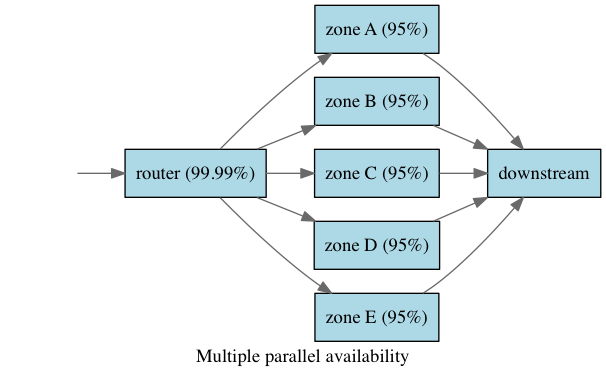
Before: images/dachs/multiple-zones.png, a diagram exported from Graphviz (jabley/jamesabley.com). Its source is kept beside it as doc/dachs/multiple-zones.dot.
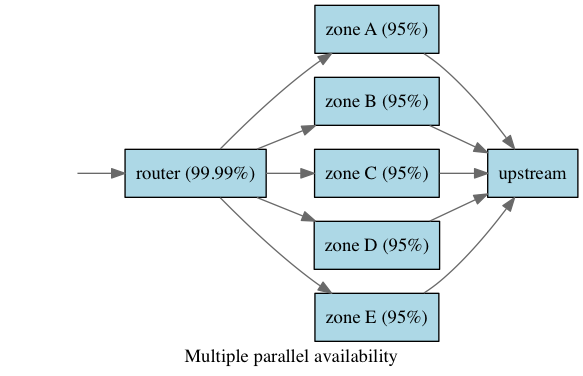
Above is the later version.

Commit message:
Rename downstream as upstream

The edit, as a diff of the source:
```diff
@@ -12,7 +12,7 @@
     zoneC [label="zone C (95%)"];
     zoneD [label="zone D (95%)"];
     zoneE [label="zone E (95%)"];
-    downstream [label="downstream"];
+    upstream [label="upstream"];
 
     client -> router;
     router -> zoneA;
@@ -20,9 +20,9 @@
     router -> zoneC;
     router -> zoneD;
     router -> zoneE;
-    zoneA -> downstream;
-    zoneB -> downstream;
-    zoneC -> downstream;
-    zoneD -> downstream;
-    zoneE -> downstream;
+    zoneA -> upstream;
+    zoneB -> upstream;
+    zoneC -> upstream;
+    zoneD -> upstream;
+    zoneE -> upstream;
 }
```
